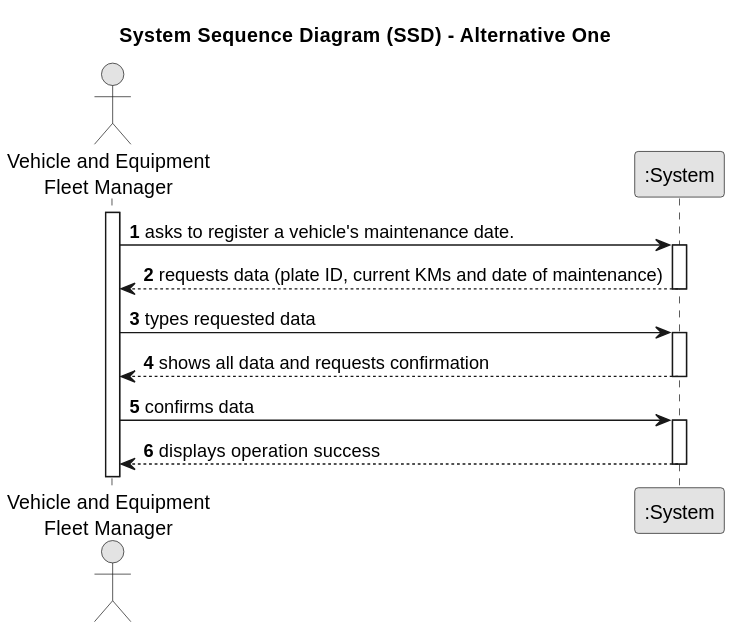
Earlier version of the PlantUML export docs/sprint3/us007/01.requirements-engineering/svg/us007-system-sequence-diagram-alternative-one.svg (tiagosoa/lei-24-s2-1dgh-g073). Source of this version:
```plantuml
@startuml
skinparam monochrome true
skinparam packageStyle rectangle
skinparam shadowing false

title System Sequence Diagram (SSD) - Alternative One

autonumber

actor "Vehicle and Equipment\nFleet Manager" as Employee
participant ":System" as System

activate Employee

    Employee -> System : asks to register a vehicle's maintenance date.
    activate System

        System --> Employee : requests data (plate ID, current KMs and date of maintenance)
    deactivate System

    Employee -> System : types requested data
    activate System

    System --> Employee : shows all data and requests confirmation
    deactivate System

    Employee -> System : confirms data
    activate System

        System --> Employee : displays operation success
    deactivate System
@enduml
```
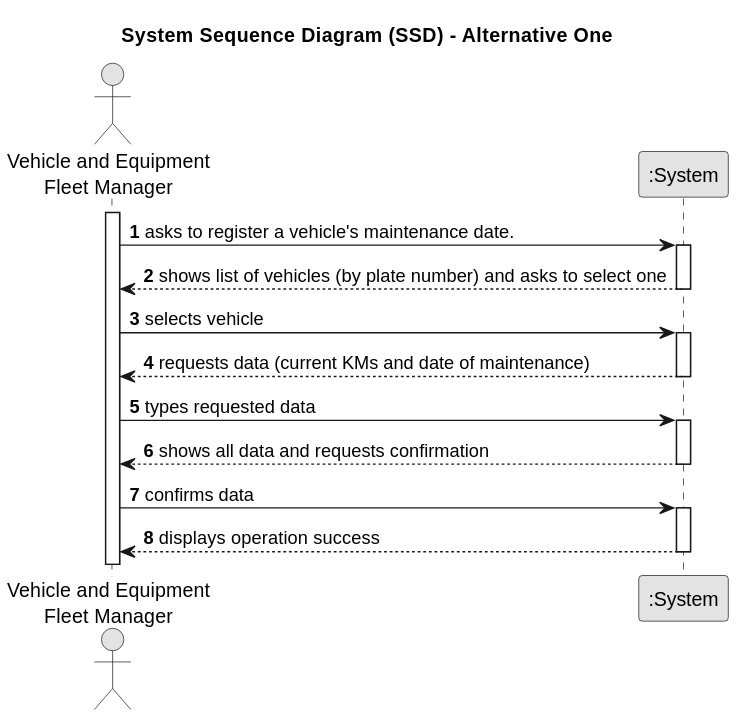
Later version of the same file.

The edit, as a diff of the source:
```diff
@@ -7,26 +7,32 @@
 
 autonumber
 
-actor "Vehicle and Equipment\nFleet Manager" as Employee
+actor "Vehicle and Equipment\nFleet Manager" as VFM
 participant ":System" as System
 
-activate Employee
+activate VFM
 
-    Employee -> System : asks to register a vehicle's maintenance date.
+    VFM -> System : asks to register a vehicle's maintenance date.
     activate System
 
-        System --> Employee : requests data (plate ID, current KMs and date of maintenance)
+            System --> VFM : shows list of vehicles (by plate number) and asks to select one
+        deactivate System
+
+        VFM -> System : selects vehicle
+        activate System
+
+        System --> VFM : requests data (current KMs and date of maintenance)
     deactivate System
 
-    Employee -> System : types requested data
+    VFM -> System : types requested data
     activate System
 
-    System --> Employee : shows all data and requests confirmation
+    System --> VFM : shows all data and requests confirmation
     deactivate System
 
-    Employee -> System : confirms data
+    VFM -> System : confirms data
     activate System
 
-        System --> Employee : displays operation success
+        System --> VFM : displays operation success
     deactivate System
 @enduml
```
